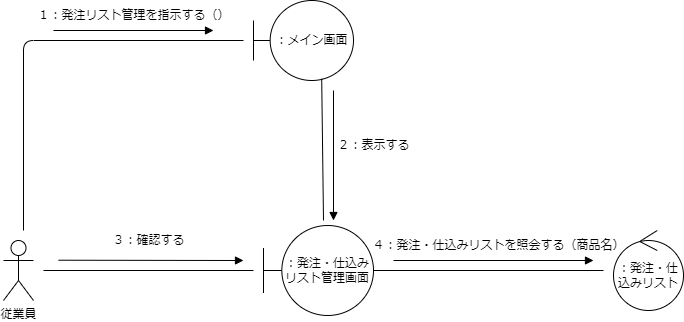
Earlier version of the draw.io export psp4/コミュニケーション図/コミュニケーション図_発注・仕込みリスト.drawio.png (MasakiHiguchi/---). Source tidied: cells renumbered, new cells last; positions are measured from the earlier drawing's top-left corner, leaving out a move shared by most shapes.
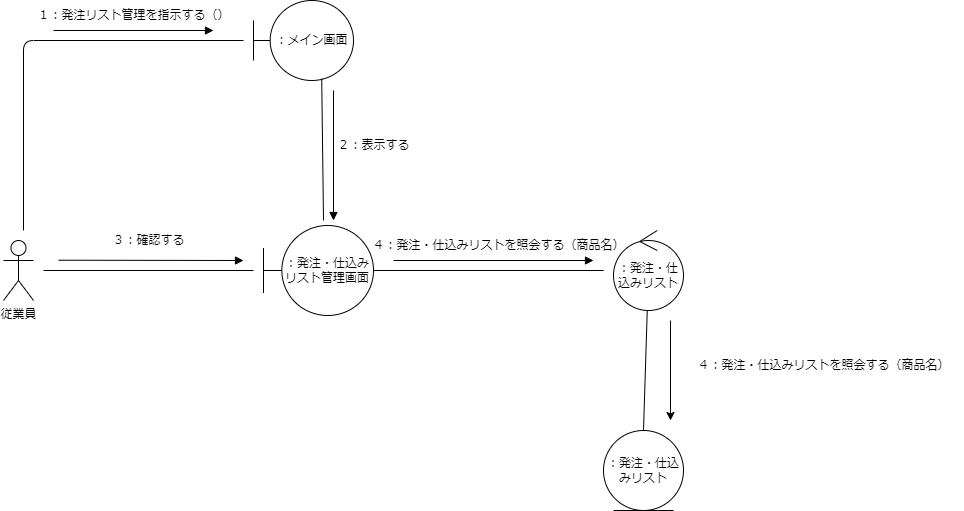
Above is the later version.

What changed in the source:
```diff
@@ -23,6 +23,9 @@
     <mxCell id="5" value="：メイン画面" style="shape=umlBoundary;whiteSpace=wrap;html=1;" parent="1" vertex="1">
       <mxGeometry x="250" width="100" height="80" as="geometry" />
     </mxCell>
+    <mxCell id="18" style="edgeStyle=none;html=1;entryX=0.5;entryY=0;entryDx=0;entryDy=0;endArrow=none;endFill=0;" parent="1" edge="1" source="6" target="19">
+      <mxGeometry relative="1" as="geometry" />
+    </mxCell>
     <mxCell id="6" value="：発注・仕込みリスト" style="ellipse;shape=umlControl;whiteSpace=wrap;html=1;" parent="1" vertex="1">
       <mxGeometry x="610" y="230" width="70" height="80" as="geometry" />
     </mxCell>
@@ -76,5 +79,17 @@
     <mxCell id="17" value="４：発注・仕込みリストを照会する（商品名）" style="text;html=1;align=center;verticalAlign=middle;strokeColor=none;fillColor=none;" parent="1" vertex="1">
       <mxGeometry x="355" y="230" width="280" height="30" as="geometry" />
     </mxCell>
+    <mxCell id="19" value="：発注・仕込みリスト" style="ellipse;shape=umlEntity;whiteSpace=wrap;html=1;" parent="1" vertex="1">
+      <mxGeometry x="600" y="430" width="80" height="80" as="geometry" />
+    </mxCell>
+    <mxCell id="20" style="endArrow=classic;html=1;" parent="1" edge="1">
+      <mxGeometry relative="1" as="geometry">
+        <mxPoint x="667" y="320" as="sourcePoint" />
+        <mxPoint x="667" y="420" as="targetPoint" />
+      </mxGeometry>
+    </mxCell>
+    <mxCell id="21" value="４：発注・仕込みリストを照会する（商品名）" style="text;html=1;align=center;verticalAlign=middle;strokeColor=none;fillColor=none;" parent="1" vertex="1">
+      <mxGeometry x="680" y="350" width="280" height="30" as="geometry" />
+    </mxCell>
   </root>
 </mxGraphModel>
```
